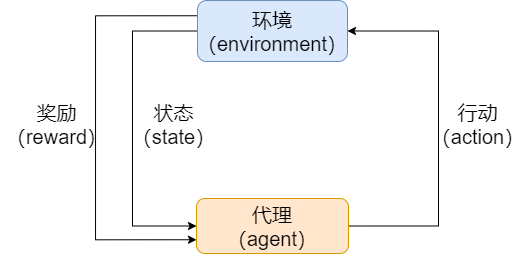
Earlier version of the draw.io export rl.drawio.png (lakomi/pictures). Source tidied: cells renumbered, new cells last; positions are measured from the earlier drawing's top-left corner, leaving out a move shared by most shapes.
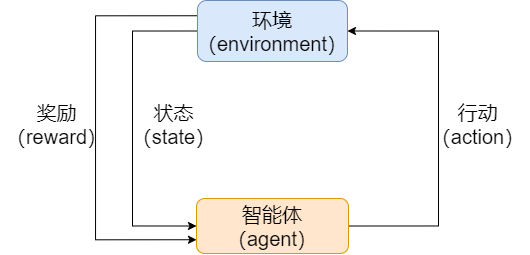
Later version of the same file.

What changed in the source:
```diff
@@ -29,7 +29,7 @@
         </Array>
       </mxGeometry>
     </mxCell>
-    <mxCell id="6" value="代理&lt;br&gt;（agent）" style="rounded=1;whiteSpace=wrap;html=1;fontSize=20;fillColor=#ffe6cc;strokeColor=#d79b00;" parent="1" vertex="1">
+    <mxCell id="6" value="智能体&lt;br&gt;（agent）" style="rounded=1;whiteSpace=wrap;html=1;fontSize=20;fillColor=#ffe6cc;strokeColor=#d79b00;" parent="1" vertex="1">
       <mxGeometry x="196" y="198" width="152" height="55" as="geometry" />
     </mxCell>
     <mxCell id="7" value="行动&lt;br&gt;（action）" style="text;html=1;align=center;verticalAlign=middle;strokeColor=none;fillColor=none;fontSize=20;" parent="1" vertex="1">
```
